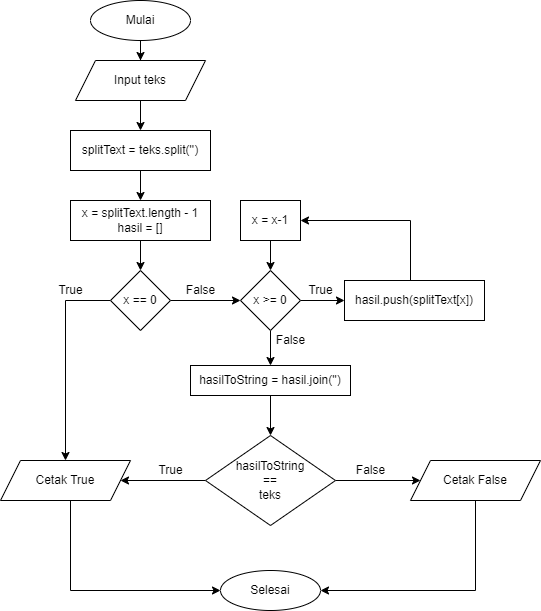
This is Tugas 2/reverse dan palindrom-Palindrom.drawio.png from taufik17/Pijar_Camp, a draw.io export, as it was before one commit. Source tidied: cells renumbered, new cells last; positions are measured from the earlier drawing's top-left corner, leaving out a move shared by most shapes.
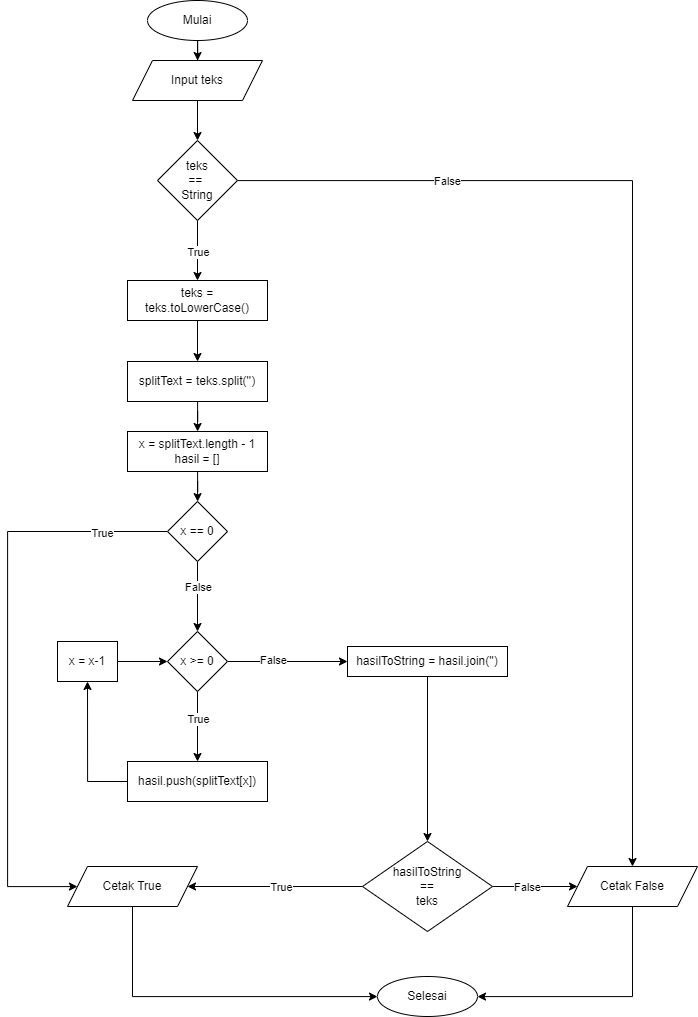
Later version of the same file.

Diff of the diagram source:
```diff
@@ -9,11 +9,11 @@
       <mxGeometry x="90" width="100" height="40" as="geometry" />
     </mxCell>
     <mxCell id="4" value="Selesai" style="ellipse;whiteSpace=wrap;html=1;" parent="1" vertex="1">
-      <mxGeometry x="220" y="570" width="100" height="40" as="geometry" />
+      <mxGeometry x="320" y="976" width="100" height="40" as="geometry" />
     </mxCell>
-    <mxCell id="5" style="edgeStyle=orthogonalEdgeStyle;rounded=0;jettySize=auto;html=1;" parent="1" edge="1" source="6" target="8">
-      <mxGeometry relative="1" as="geometry" />
-    </mxCell>
+    <mxCell id="36" style="edgeStyle=orthogonalEdgeStyle;rounded=0;jettySize=auto;html=1;" parent="1" edge="1" source="6" target="49">
+      <mxGeometry relative="1" as="geometry" />
+    </mxCell>
     <mxCell id="6" value="Input teks" style="shape=parallelogram;perimeter=parallelogramPerimeter;whiteSpace=wrap;html=1;fixedSize=1;" parent="1" vertex="1">
       <mxGeometry x="75" y="60" width="130" height="40" as="geometry" />
     </mxCell>
@@ -21,104 +21,123 @@
       <mxGeometry relative="1" as="geometry" />
     </mxCell>
     <mxCell id="8" value="splitText = teks.split('')" style="rounded=0;whiteSpace=wrap;html=1;" parent="1" vertex="1">
-      <mxGeometry x="70" y="130" width="140" height="40" as="geometry" />
+      <mxGeometry x="70" y="361" width="140" height="40" as="geometry" />
     </mxCell>
     <mxCell id="9" style="edgeStyle=orthogonalEdgeStyle;rounded=0;jettySize=auto;html=1;" parent="1" edge="1" source="10" target="17">
       <mxGeometry relative="1" as="geometry" />
     </mxCell>
     <mxCell id="10" value="x = splitText.length - 1&lt;br&gt;hasil = []" style="rounded=0;whiteSpace=wrap;html=1;" parent="1" vertex="1">
-      <mxGeometry x="70" y="200" width="140" height="40" as="geometry" />
+      <mxGeometry x="70" y="431" width="140" height="40" as="geometry" />
     </mxCell>
     <mxCell id="11" style="edgeStyle=orthogonalEdgeStyle;rounded=0;jettySize=auto;html=1;" parent="1" edge="1" source="12" target="4">
       <mxGeometry relative="1" as="geometry">
         <Array as="points">
-          <mxPoint x="70" y="590" />
+          <mxPoint x="75" y="996" />
         </Array>
       </mxGeometry>
     </mxCell>
     <mxCell id="12" value="Cetak True" style="shape=parallelogram;perimeter=parallelogramPerimeter;whiteSpace=wrap;html=1;fixedSize=1;" parent="1" vertex="1">
-      <mxGeometry y="460" width="130" height="40" as="geometry" />
+      <mxGeometry x="10" y="866" width="130" height="40" as="geometry" />
     </mxCell>
     <mxCell id="13" style="edgeStyle=orthogonalEdgeStyle;rounded=0;jettySize=auto;html=1;" parent="1" edge="1" source="14" target="4">
       <mxGeometry relative="1" as="geometry">
         <Array as="points">
-          <mxPoint x="475" y="590" />
+          <mxPoint x="575" y="996" />
         </Array>
       </mxGeometry>
     </mxCell>
     <mxCell id="14" value="Cetak False" style="shape=parallelogram;perimeter=parallelogramPerimeter;whiteSpace=wrap;html=1;fixedSize=1;" parent="1" vertex="1">
-      <mxGeometry x="410" y="460" width="130" height="40" as="geometry" />
+      <mxGeometry x="510" y="866" width="130" height="40" as="geometry" />
     </mxCell>
     <mxCell id="15" style="edgeStyle=orthogonalEdgeStyle;rounded=0;jettySize=auto;html=1;" parent="1" edge="1" source="17" target="12">
       <mxGeometry relative="1" as="geometry">
         <Array as="points">
-          <mxPoint x="65" y="300" />
+          <mxPoint x="-50" y="531" />
         </Array>
       </mxGeometry>
     </mxCell>
+    <mxCell id="37" value="True" style="edgeLabel;html=1;align=center;verticalAlign=middle;" parent="15" vertex="1">
+      <mxGeometry x="-0.78" y="1" relative="1" as="geometry" />
+    </mxCell>
     <mxCell id="16" style="edgeStyle=orthogonalEdgeStyle;rounded=0;jettySize=auto;html=1;" parent="1" edge="1" source="17" target="20">
       <mxGeometry relative="1" as="geometry" />
     </mxCell>
+    <mxCell id="38" value="False" style="edgeLabel;html=1;align=center;verticalAlign=middle;" parent="16" vertex="1">
+      <mxGeometry x="-0.27" relative="1" as="geometry" />
+    </mxCell>
     <mxCell id="17" value="x == 0" style="rhombus;whiteSpace=wrap;html=1;" parent="1" vertex="1">
-      <mxGeometry x="110" y="270" width="60" height="60" as="geometry" />
+      <mxGeometry x="110" y="501" width="60" height="60" as="geometry" />
     </mxCell>
     <mxCell id="18" style="edgeStyle=orthogonalEdgeStyle;rounded=0;jettySize=auto;html=1;" parent="1" edge="1" source="20" target="24">
       <mxGeometry relative="1" as="geometry" />
     </mxCell>
+    <mxCell id="39" value="True" style="edgeLabel;html=1;align=center;verticalAlign=middle;" parent="18" vertex="1">
+      <mxGeometry x="-0.23" relative="1" as="geometry" />
+    </mxCell>
     <mxCell id="19" style="edgeStyle=orthogonalEdgeStyle;rounded=0;jettySize=auto;html=1;" parent="1" edge="1" source="20" target="29">
       <mxGeometry relative="1" as="geometry" />
     </mxCell>
+    <mxCell id="40" value="False" style="edgeLabel;html=1;align=center;verticalAlign=middle;" parent="19" vertex="1">
+      <mxGeometry x="-0.26" y="2" relative="1" as="geometry" />
+    </mxCell>
     <mxCell id="20" value="x &amp;gt;= 0" style="rhombus;whiteSpace=wrap;html=1;" parent="1" vertex="1">
-      <mxGeometry x="240" y="270" width="60" height="60" as="geometry" />
+      <mxGeometry x="110" y="631" width="60" height="60" as="geometry" />
     </mxCell>
-    <mxCell id="21" value="True" style="text;html=1;align=center;verticalAlign=middle;strokeColor=none;fillColor=none;" parent="1" vertex="1">
-      <mxGeometry x="50" y="280" width="40" height="20" as="geometry" />
-    </mxCell>
-    <mxCell id="22" value="False" style="text;html=1;align=center;verticalAlign=middle;strokeColor=none;fillColor=none;" parent="1" vertex="1">
-      <mxGeometry x="180" y="280" width="40" height="20" as="geometry" />
-    </mxCell>
-    <mxCell id="23" style="edgeStyle=orthogonalEdgeStyle;rounded=0;jettySize=auto;html=1;" parent="1" edge="1" source="24" target="26">
-      <mxGeometry relative="1" as="geometry">
-        <Array as="points">
-          <mxPoint x="410" y="220" />
-        </Array>
-      </mxGeometry>
+    <mxCell id="23" style="edgeStyle=orthogonalEdgeStyle;rounded=0;jettySize=auto;html=1;entryX=0.5;entryY=1;entryDx=0;entryDy=0;" parent="1" edge="1" source="24" target="26">
+      <mxGeometry relative="1" as="geometry" />
     </mxCell>
     <mxCell id="24" value="hasil.push(splitText[x])" style="rounded=0;whiteSpace=wrap;html=1;" parent="1" vertex="1">
-      <mxGeometry x="344" y="280" width="140" height="40" as="geometry" />
+      <mxGeometry x="70" y="761" width="140" height="40" as="geometry" />
     </mxCell>
     <mxCell id="25" style="edgeStyle=orthogonalEdgeStyle;rounded=0;jettySize=auto;html=1;" parent="1" edge="1" source="26" target="20">
       <mxGeometry relative="1" as="geometry" />
     </mxCell>
     <mxCell id="26" value="x = x-1" style="rounded=0;whiteSpace=wrap;html=1;" parent="1" vertex="1">
-      <mxGeometry x="240" y="200" width="60" height="40" as="geometry" />
+      <mxGeometry y="641" width="60" height="40" as="geometry" />
     </mxCell>
-    <mxCell id="27" value="True" style="text;html=1;align=center;verticalAlign=middle;strokeColor=none;fillColor=none;" parent="1" vertex="1">
-      <mxGeometry x="300" y="280" width="40" height="20" as="geometry" />
-    </mxCell>
     <mxCell id="28" style="edgeStyle=orthogonalEdgeStyle;rounded=0;jettySize=auto;html=1;" parent="1" edge="1" source="29" target="32">
       <mxGeometry relative="1" as="geometry" />
     </mxCell>
     <mxCell id="29" value="hasilToString = hasil.join('')" style="whiteSpace=wrap;html=1;" parent="1" vertex="1">
-      <mxGeometry x="190" y="365" width="160" height="30" as="geometry" />
+      <mxGeometry x="290" y="646" width="160" height="30" as="geometry" />
     </mxCell>
     <mxCell id="30" style="edgeStyle=orthogonalEdgeStyle;rounded=0;jettySize=auto;html=1;" parent="1" edge="1" source="32" target="12">
       <mxGeometry relative="1" as="geometry" />
     </mxCell>
+    <mxCell id="41" value="True" style="edgeLabel;html=1;align=center;verticalAlign=middle;" parent="30" vertex="1">
+      <mxGeometry x="-0.06" relative="1" as="geometry" />
+    </mxCell>
     <mxCell id="31" style="edgeStyle=orthogonalEdgeStyle;rounded=0;jettySize=auto;html=1;" parent="1" edge="1" source="32" target="14">
       <mxGeometry relative="1" as="geometry" />
     </mxCell>
+    <mxCell id="42" value="False" style="edgeLabel;html=1;align=center;verticalAlign=middle;" parent="31" vertex="1">
+      <mxGeometry x="-0.18" relative="1" as="geometry" />
+    </mxCell>
     <mxCell id="32" value="hasilToString&lt;br&gt;==&lt;br&gt;teks" style="rhombus;whiteSpace=wrap;html=1;" parent="1" vertex="1">
-      <mxGeometry x="205" y="435" width="130" height="90" as="geometry" />
+      <mxGeometry x="305" y="841" width="130" height="90" as="geometry" />
     </mxCell>
-    <mxCell id="33" value="True" style="text;html=1;align=center;verticalAlign=middle;strokeColor=none;fillColor=none;" parent="1" vertex="1">
-      <mxGeometry x="150" y="460" width="40" height="20" as="geometry" />
-    </mxCell>
-    <mxCell id="34" value="False" style="text;html=1;align=center;verticalAlign=middle;strokeColor=none;fillColor=none;" parent="1" vertex="1">
-      <mxGeometry x="350" y="460" width="40" height="20" as="geometry" />
-    </mxCell>
-    <mxCell id="35" value="False" style="text;html=1;align=center;verticalAlign=middle;strokeColor=none;fillColor=none;" parent="1" vertex="1">
-      <mxGeometry x="270" y="330" width="40" height="20" as="geometry" />
-    </mxCell>
+    <mxCell id="43" style="edgeStyle=orthogonalEdgeStyle;rounded=0;jettySize=auto;html=1;entryX=0.5;entryY=0;entryDx=0;entryDy=0;" parent="1" edge="1" source="44" target="8">
+      <mxGeometry relative="1" as="geometry" />
+    </mxCell>
+    <mxCell id="44" value="teks = teks.toLowerCase()" style="rounded=0;whiteSpace=wrap;html=1;" parent="1" vertex="1">
+      <mxGeometry x="70" y="280" width="140" height="40" as="geometry" />
+    </mxCell>
+    <mxCell id="45" style="edgeStyle=orthogonalEdgeStyle;rounded=0;jettySize=auto;html=1;exitX=0.5;exitY=1;exitDx=0;exitDy=0;entryX=0.5;entryY=0;entryDx=0;entryDy=0;" parent="1" edge="1" source="49" target="44">
+      <mxGeometry relative="1" as="geometry" />
+    </mxCell>
+    <mxCell id="46" value="True" style="edgeLabel;html=1;align=center;verticalAlign=middle;" parent="45" vertex="1">
+      <mxGeometry x="-0.36" relative="1" as="geometry">
+        <mxPoint y="11" as="offset" />
+      </mxGeometry>
+    </mxCell>
+    <mxCell id="47" style="edgeStyle=orthogonalEdgeStyle;rounded=0;jettySize=auto;html=1;" parent="1" edge="1" source="49" target="14">
+      <mxGeometry relative="1" as="geometry" />
+    </mxCell>
+    <mxCell id="48" value="False" style="edgeLabel;html=1;align=center;verticalAlign=middle;" parent="47" vertex="1">
+      <mxGeometry x="-0.61" relative="1" as="geometry" />
+    </mxCell>
+    <mxCell id="49" value="teks&lt;br&gt;== &lt;br&gt;String" style="rhombus;whiteSpace=wrap;html=1;" parent="1" vertex="1">
+      <mxGeometry x="100" y="140" width="80" height="80" as="geometry" />
+    </mxCell>
   </root>
 </mxGraphModel>
```
